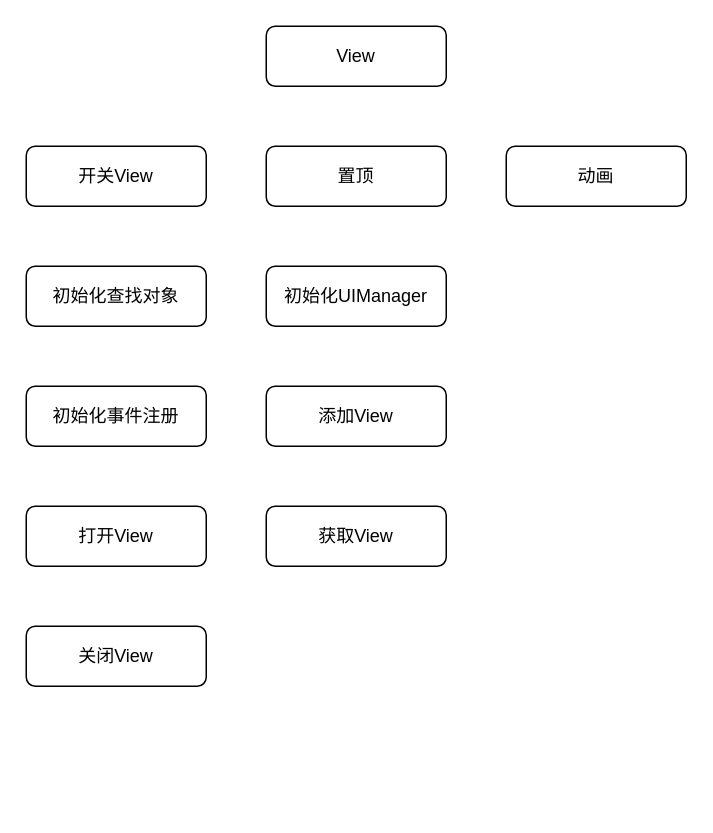
Above: page "UI系统" (4 of 4) of 框架设计流程图.drawio in Josh-Jun/UnityAppFramework (draw.io), before the change. Source tidied: cells renumbered, new cells numbered last; positions are measured from the earlier drawing's top-left corner, leaving out a move shared by most shapes. Both pictures are drawn from the tidied source at 150%, with x=0, y=0 at pixel (26, 26).
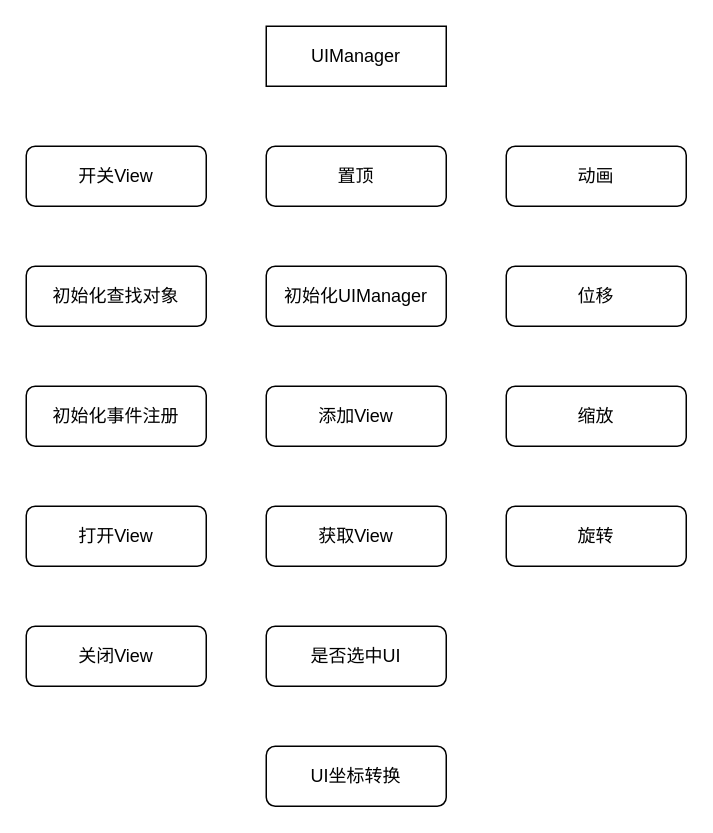
The same page after the edit.

Diff of the diagram source:
```diff
@@
 <mxGraphModel>
   <root>
     <mxCell id="0" />
     <mxCell id="1" parent="0" />
-    <mxCell id="2" value="View" style="rounded=1;whiteSpace=wrap;html=1;" parent="1" vertex="1">
+    <mxCell id="2" value="UIManager" style="rounded=0;whiteSpace=wrap;html=1;" parent="1" vertex="1">
       <mxGeometry x="160" width="120" height="40" as="geometry" />
     </mxCell>
     <mxCell id="3" value="开关View" style="rounded=1;whiteSpace=wrap;html=1;" parent="1" vertex="1">
       <mxGeometry y="80" width="120" height="40" as="geometry" />
     </mxCell>
     <mxCell id="4" value="置顶" style="rounded=1;whiteSpace=wrap;html=1;" parent="1" vertex="1">
       <mxGeometry x="160" y="80" width="120" height="40" as="geometry" />
     </mxCell>
     <mxCell id="5" value="动画" style="rounded=1;whiteSpace=wrap;html=1;" parent="1" vertex="1">
       <mxGeometry x="320" y="80" width="120" height="40" as="geometry" />
     </mxCell>
     <mxCell id="6" value="初始化查找对象" style="rounded=1;whiteSpace=wrap;html=1;" parent="1" vertex="1">
       <mxGeometry y="160" width="120" height="40" as="geometry" />
     </mxCell>
     <mxCell id="7" value="打开View" style="rounded=1;whiteSpace=wrap;html=1;" parent="1" vertex="1">
       <mxGeometry y="320" width="120" height="40" as="geometry" />
     </mxCell>
     <mxCell id="8" value="关闭View" style="rounded=1;whiteSpace=wrap;html=1;" parent="1" vertex="1">
       <mxGeometry y="400" width="120" height="40" as="geometry" />
     </mxCell>
     <mxCell id="9" value="初始化事件注册" style="rounded=1;whiteSpace=wrap;html=1;" parent="1" vertex="1">
       <mxGeometry y="240" width="120" height="40" as="geometry" />
     </mxCell>
     <mxCell id="10" value="初始化UIManager" style="rounded=1;whiteSpace=wrap;html=1;" parent="1" vertex="1">
       <mxGeometry x="160" y="160" width="120" height="40" as="geometry" />
     </mxCell>
     <mxCell id="11" value="添加View" style="rounded=1;whiteSpace=wrap;html=1;" parent="1" vertex="1">
       <mxGeometry x="160" y="240" width="120" height="40" as="geometry" />
     </mxCell>
     <mxCell id="12" value="获取View" style="rounded=1;whiteSpace=wrap;html=1;" parent="1" vertex="1">
       <mxGeometry x="160" y="320" width="120" height="40" as="geometry" />
     </mxCell>
+    <mxCell id="13" value="是否选中UI" style="rounded=1;whiteSpace=wrap;html=1;" parent="1" vertex="1">
+      <mxGeometry x="160" y="400" width="120" height="40" as="geometry" />
+    </mxCell>
+    <mxCell id="14" value="UI坐标转换" style="rounded=1;whiteSpace=wrap;html=1;" parent="1" vertex="1">
+      <mxGeometry x="160" y="480" width="120" height="40" as="geometry" />
+    </mxCell>
+    <mxCell id="15" value="位移" style="rounded=1;whiteSpace=wrap;html=1;" parent="1" vertex="1">
+      <mxGeometry x="320" y="160" width="120" height="40" as="geometry" />
+    </mxCell>
+    <mxCell id="16" value="缩放" style="rounded=1;whiteSpace=wrap;html=1;" parent="1" vertex="1">
+      <mxGeometry x="320" y="240" width="120" height="40" as="geometry" />
+    </mxCell>
+    <mxCell id="17" value="旋转" style="rounded=1;whiteSpace=wrap;html=1;" parent="1" vertex="1">
+      <mxGeometry x="320" y="320" width="120" height="40" as="geometry" />
+    </mxCell>
   </root>
 </mxGraphModel>
```
